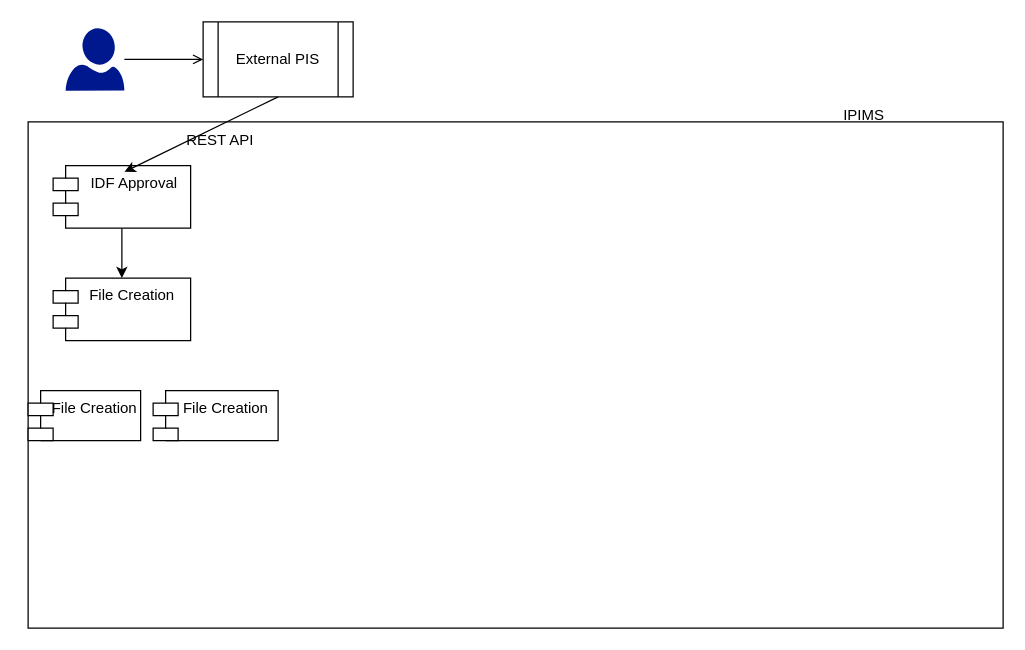
Above: cnc.drawio in shpriya-bits/github-upload (draw.io), before the change. Source tidied: cells renumbered, new cells numbered last; positions are measured from the earlier drawing's top-left corner, leaving out a move shared by most shapes. Both pictures are drawn from the tidied source at 125%, with x=0, y=0 at pixel (28, 21).
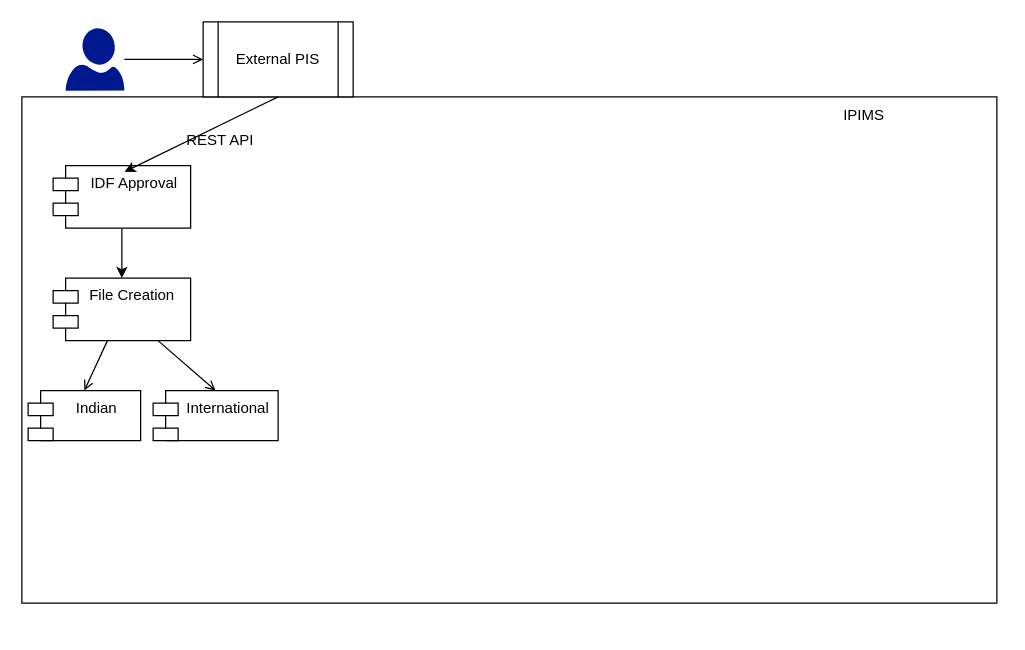
After the change.

Change to the diagram source:
```diff
@@
 <mxGraphModel>
   <root>
     <mxCell id="0" />
     <mxCell id="1" parent="0" />
     <mxCell id="2" style="rounded=0;whiteSpace=wrap;html=1;" parent="1" vertex="1">
-      <mxGeometry y="80" width="780" height="405" as="geometry" />
+      <mxGeometry x="-5" y="60" width="780" height="405" as="geometry" />
     </mxCell>
     <mxCell id="3" style="edgeStyle=orthogonalEdgeStyle;rounded=0;jettySize=auto;html=1;startArrow=none;startFill=0;endArrow=open;endFill=0;" parent="1" edge="1" source="4" target="5">
       <mxGeometry relative="1" as="geometry" />
     </mxCell>
     <mxCell id="4" style="shadow=0;dashed=0;html=1;strokeColor=none;labelPosition=center;verticalLabelPosition=bottom;verticalAlign=top;align=center;fillColor=#00188D;shape=mxgraph.azure.user;" parent="1" vertex="1">
       <mxGeometry x="30" y="5" width="47" height="50" as="geometry" />
     </mxCell>
     <mxCell id="5" value="External PIS" style="shape=process;whiteSpace=wrap;html=1;backgroundOutline=1;" parent="1" vertex="1">
       <mxGeometry x="140" width="120" height="60" as="geometry" />
     </mxCell>
     <mxCell id="6" style="edgeStyle=orthogonalEdgeStyle;rounded=0;jettySize=auto;html=1;" parent="1" edge="1" source="7" target="8">
       <mxGeometry relative="1" as="geometry" />
     </mxCell>
     <mxCell id="7" value="IDF Approval" style="shape=module;align=left;spacingLeft=20;align=center;verticalAlign=top;" parent="1" vertex="1">
       <mxGeometry x="20" y="115" width="110" height="50" as="geometry" />
     </mxCell>
+    <mxCell id="14" style="edgeStyle=none;rounded=0;jettySize=auto;html=1;entryX=0.5;entryY=0;entryDx=0;entryDy=0;startArrow=none;startFill=0;endArrow=open;endFill=0;" parent="1" edge="1" source="8" target="12">
+      <mxGeometry relative="1" as="geometry" />
+    </mxCell>
+    <mxCell id="15" style="edgeStyle=none;rounded=0;jettySize=auto;html=1;entryX=0.5;entryY=0;entryDx=0;entryDy=0;startArrow=none;startFill=0;endArrow=open;endFill=0;" parent="1" edge="1" source="8" target="13">
+      <mxGeometry relative="1" as="geometry" />
+    </mxCell>
     <mxCell id="8" value="File Creation " style="shape=module;align=left;spacingLeft=20;align=center;verticalAlign=top;" parent="1" vertex="1">
       <mxGeometry x="20" y="205" width="110" height="50" as="geometry" />
     </mxCell>
     <mxCell id="9" style="endArrow=none;html=1;endFill=0;startArrow=classic;startFill=1;entryX=0.5;entryY=1;entryDx=0;entryDy=0;" parent="1" edge="1" target="5">
       <mxGeometry relative="1" as="geometry">
         <mxPoint x="77" y="120" as="sourcePoint" />
       </mxGeometry>
     </mxCell>
     <mxCell id="10" value="REST API&amp;nbsp;" style="text;html=1;align=center;verticalAlign=middle;" parent="1" vertex="1">
       <mxGeometry x="120" y="85" width="70" height="20" as="geometry" />
     </mxCell>
     <mxCell id="11" value="IPIMS&amp;nbsp;" style="text;html=1;align=center;verticalAlign=middle;" parent="1" vertex="1">
       <mxGeometry x="645" y="65" width="50" height="20" as="geometry" />
     </mxCell>
-    <mxCell id="12" value="File Creation " style="shape=module;align=left;spacingLeft=20;align=center;verticalAlign=top;" parent="1" vertex="1">
+    <mxCell id="12" value="Indian" style="shape=module;align=left;spacingLeft=20;align=center;verticalAlign=top;" parent="1" vertex="1">
       <mxGeometry y="295" width="90" height="40" as="geometry" />
     </mxCell>
-    <mxCell id="13" value="File Creation " style="shape=module;align=left;spacingLeft=20;align=center;verticalAlign=top;" parent="1" vertex="1">
+    <mxCell id="13" value="International" style="shape=module;align=left;spacingLeft=20;align=center;verticalAlign=top;" parent="1" vertex="1">
       <mxGeometry x="100" y="295" width="100" height="40" as="geometry" />
     </mxCell>
   </root>
 </mxGraphModel>
```
